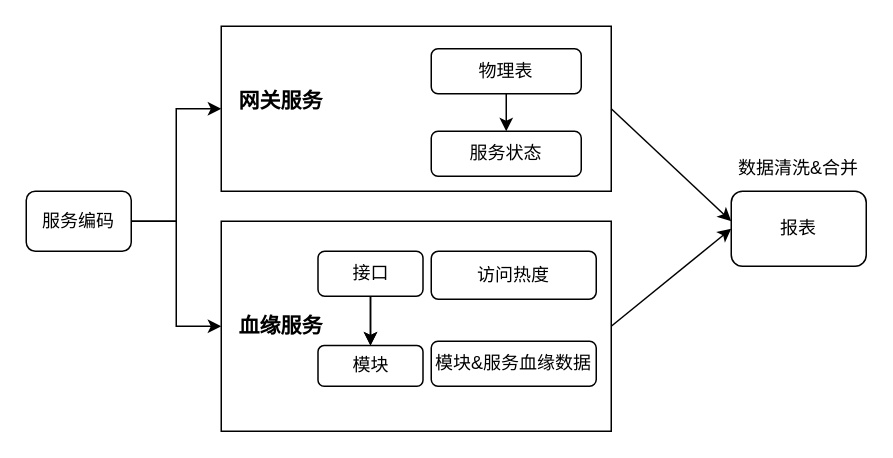
The draw.io diagram mt数据巡检.drawio in mineminemine123/work-wiki, before the edit. Source tidied: cells renumbered, new cells numbered last; positions are measured from the earlier drawing's top-left corner, leaving out a move shared by most shapes. Both pictures are drawn from the tidied source at 150%, with x=0, y=0 at pixel (26, 26).
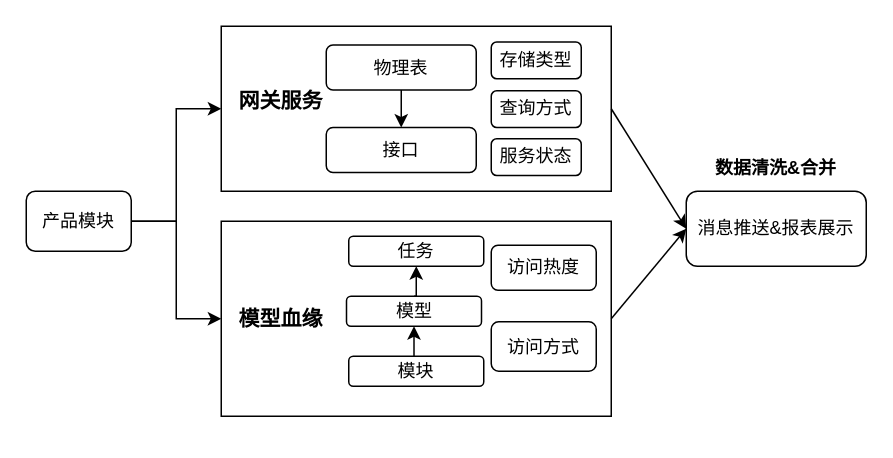
The same diagram, later.

Commit message (it also covers changes not shown here):
更新mt数据巡检.drawio

Unchanged cells that the change refers to:
```xml
<mxCell id="8" style="rounded=0;whiteSpace=wrap;html=1;fontFamily=微软雅黑;" parent="1" vertex="1">
  <mxGeometry x="130" width="260" height="110" as="geometry" />
</mxCell>
```

Change to the diagram source:
```diff
@@
     <mxCell id="2" style="rounded=0;whiteSpace=wrap;html=1;fontFamily=微软雅黑;" parent="1" vertex="1">
-      <mxGeometry x="130" y="130" width="260" height="140" as="geometry" />
+      <mxGeometry x="130" y="130" width="260" height="130" as="geometry" />
     </mxCell>
-    <mxCell id="3" value="模块&amp;amp;服务血缘数据" style="rounded=1;whiteSpace=wrap;html=1;fontFamily=微软雅黑;" parent="1" vertex="1">
-      <mxGeometry x="270" y="210" width="110" height="30" as="geometry" />
-    </mxCell>
-    <mxCell id="4" value="&lt;font style=&quot;font-size: 14px;&quot;&gt;&lt;b&gt;血缘服务&lt;/b&gt;&lt;/font&gt;" style="text;html=1;strokeColor=none;fillColor=none;align=center;verticalAlign=middle;whiteSpace=wrap;rounded=0;fontFamily=微软雅黑;" parent="1" vertex="1">
-      <mxGeometry x="140" y="190" width="60" height="20" as="geometry" />
+    <mxCell id="4" value="&lt;font style=&quot;font-size: 14px;&quot;&gt;&lt;b&gt;模型血缘&lt;/b&gt;&lt;/font&gt;" style="text;html=1;strokeColor=none;fillColor=none;align=center;verticalAlign=middle;whiteSpace=wrap;rounded=0;fontFamily=微软雅黑;" parent="1" vertex="1">
+      <mxGeometry x="140" y="180" width="60" height="30" as="geometry" />
     </mxCell>
@@
-    <mxCell id="7" value="服务编码" style="rounded=1;whiteSpace=wrap;html=1;fontFamily=微软雅黑;" parent="1" vertex="1">
+    <mxCell id="7" value="产品模块" style="rounded=1;whiteSpace=wrap;html=1;fontFamily=微软雅黑;" parent="1" vertex="1">
       <mxGeometry y="110" width="70" height="40" as="geometry" />
     </mxCell>
@@
-    <mxCell id="10" value="服务状态" style="rounded=1;whiteSpace=wrap;html=1;fontFamily=微软雅黑;" parent="1" vertex="1">
-      <mxGeometry x="270" y="70" width="100" height="30" as="geometry" />
+    <mxCell id="10" value="接口" style="rounded=1;whiteSpace=wrap;html=1;fontFamily=微软雅黑;" parent="1" vertex="1">
+      <mxGeometry x="200" y="67.5" width="100" height="30" as="geometry" />
     </mxCell>
-    <mxCell id="11" value="报表" style="rounded=1;whiteSpace=wrap;html=1;fontFamily=微软雅黑;" parent="1" vertex="1">
-      <mxGeometry x="470" y="110" width="90" height="50" as="geometry" />
+    <mxCell id="11" value="消息推送&amp;amp;报表展示" style="rounded=1;whiteSpace=wrap;html=1;fontFamily=微软雅黑;" parent="1" vertex="1">
+      <mxGeometry x="440" y="110" width="120" height="50" as="geometry" />
     </mxCell>
     <mxCell id="12" value="访问热度" style="rounded=1;whiteSpace=wrap;html=1;fontFamily=微软雅黑;" parent="1" vertex="1">
-      <mxGeometry x="270" y="150" width="110" height="32" as="geometry" />
+      <mxGeometry x="310" y="146" width="70" height="30" as="geometry" />
     </mxCell>
-    <mxCell id="13" style="group;fontFamily=微软雅黑;" parent="1" vertex="1">
-      <mxGeometry x="180" y="160" width="99" height="110" as="geometry" />
-    </mxCell>
-    <mxCell id="14" style="edgeStyle=orthogonalEdgeStyle;rounded=0;jettySize=auto;html=1;fontFamily=微软雅黑;" parent="13" edge="1" source="15" target="16">
-      <mxGeometry relative="1" as="geometry" />
-    </mxCell>
-    <mxCell id="15" value="接口" style="rounded=1;whiteSpace=wrap;html=1;fontFamily=微软雅黑;" parent="13" vertex="1">
-      <mxGeometry x="14.5" y="-10" width="70" height="30" as="geometry" />
-    </mxCell>
-    <mxCell id="16" value="模块" style="rounded=1;whiteSpace=wrap;html=1;fontFamily=微软雅黑;" parent="13" vertex="1">
-      <mxGeometry x="14.5" y="52.9" width="70" height="27.1" as="geometry" />
-    </mxCell>
-    <mxCell id="17" style="edgeStyle=orthogonalEdgeStyle;rounded=0;jettySize=auto;html=1;exitX=0.5;exitY=1;exitDx=0;exitDy=0;fontFamily=微软雅黑;" parent="13" edge="1" source="15" target="16">
-      <mxGeometry relative="1" as="geometry" />
-    </mxCell>
@@
     <mxCell id="19" value="物理表" style="rounded=1;whiteSpace=wrap;html=1;fontFamily=微软雅黑;" parent="1" vertex="1">
-      <mxGeometry x="270" y="15" width="100" height="30" as="geometry" />
+      <mxGeometry x="200" y="12.5" width="100" height="30" as="geometry" />
     </mxCell>
-    <mxCell id="20" style="endArrow=classic;html=1;rounded=0;exitX=1;exitY=0.5;exitDx=0;exitDy=0;" parent="1" edge="1" source="8">
-      <mxGeometry relative="1" as="geometry">
-        <mxPoint x="470" y="130" as="targetPoint" />
-      </mxGeometry>
+    <mxCell id="20" style="endArrow=classic;html=1;rounded=0;exitX=1;exitY=0.5;exitDx=0;exitDy=0;entryX=0;entryY=0.5;entryDx=0;entryDy=0;fontFamily=微软雅黑;" parent="1" edge="1" source="8" target="11">
+      <mxGeometry relative="1" as="geometry" />
     </mxCell>
-    <mxCell id="21" style="endArrow=classic;html=1;rounded=0;exitX=1;exitY=0.5;exitDx=0;exitDy=0;entryX=0;entryY=0.5;entryDx=0;entryDy=0;" parent="1" edge="1" source="2" target="11">
+    <mxCell id="21" style="endArrow=classic;html=1;rounded=0;exitX=1;exitY=0.5;exitDx=0;exitDy=0;entryX=0;entryY=0.5;entryDx=0;entryDy=0;fontFamily=微软雅黑;" parent="1" edge="1" source="2" target="11">
       <mxGeometry relative="1" as="geometry" />
     </mxCell>
-    <mxCell id="22" value="数据清洗&amp;amp;合并" style="text;html=1;strokeColor=none;fillColor=none;align=center;verticalAlign=middle;whiteSpace=wrap;rounded=0;" parent="1" vertex="1">
-      <mxGeometry x="470" y="80" width="90" height="30" as="geometry" />
+    <mxCell id="22" value="数据清洗&amp;amp;合并" style="text;html=1;strokeColor=none;fillColor=none;align=center;verticalAlign=middle;whiteSpace=wrap;rounded=0;fontFamily=微软雅黑;fontStyle=1;" parent="1" vertex="1">
+      <mxGeometry x="455" y="80" width="90" height="30" as="geometry" />
     </mxCell>
+    <mxCell id="23" value="存储类型" style="rounded=1;whiteSpace=wrap;html=1;fontFamily=微软雅黑;" parent="1" vertex="1">
+      <mxGeometry x="310" y="10.5" width="60" height="24.5" as="geometry" />
+    </mxCell>
+    <mxCell id="24" value="服务状态" style="rounded=1;whiteSpace=wrap;html=1;fontFamily=微软雅黑;" parent="1" vertex="1">
+      <mxGeometry x="310" y="75" width="60" height="24.5" as="geometry" />
+    </mxCell>
+    <mxCell id="25" value="查询方式" style="rounded=1;whiteSpace=wrap;html=1;fontFamily=微软雅黑;" parent="1" vertex="1">
+      <mxGeometry x="310" y="43" width="60" height="24.5" as="geometry" />
+    </mxCell>
+    <mxCell id="26" value="访问方式" style="rounded=1;whiteSpace=wrap;html=1;fontFamily=微软雅黑;" parent="1" vertex="1">
+      <mxGeometry x="310" y="197" width="70" height="33" as="geometry" />
+    </mxCell>
+    <mxCell id="27" style="group;fontFamily=微软雅黑;" parent="1" vertex="1">
+      <mxGeometry x="230" y="140" width="120" height="100" as="geometry" />
+    </mxCell>
+    <mxCell id="28" style="edgeStyle=orthogonalEdgeStyle;rounded=0;orthogonalLoop=1;jettySize=auto;html=1;exitX=0.5;exitY=0;exitDx=0;exitDy=0;entryX=0.5;entryY=1;entryDx=0;entryDy=0;fontFamily=微软雅黑;" parent="27" edge="1">
+      <mxGeometry relative="1" as="geometry">
+        <mxPoint x="51.2" y="48.1" as="sourcePoint" />
+      </mxGeometry>
+    </mxCell>
+    <mxCell id="29" style="edgeStyle=orthogonalEdgeStyle;rounded=0;orthogonalLoop=1;jettySize=auto;html=1;" parent="27" edge="1">
+      <mxGeometry relative="1" as="geometry">
+        <mxPoint x="51.3" y="48.1" as="sourcePoint" />
+      </mxGeometry>
+    </mxCell>
+    <mxCell id="30" value="模型" style="rounded=1;whiteSpace=wrap;html=1;fontFamily=微软雅黑;" parent="27" vertex="1">
+      <mxGeometry x="-16.5" y="40" width="90" height="20" as="geometry" />
+    </mxCell>
+    <mxCell id="31" value="任务" style="rounded=1;whiteSpace=wrap;html=1;fontFamily=微软雅黑;" parent="1" vertex="1">
+      <mxGeometry x="215" y="140" width="90" height="20" as="geometry" />
+    </mxCell>
+    <mxCell id="32" style="edgeStyle=orthogonalEdgeStyle;rounded=0;jettySize=auto;html=1;exitX=0.5;exitY=0;exitDx=0;exitDy=0;entryX=0.5;entryY=1;entryDx=0;entryDy=0;fontFamily=微软雅黑;" parent="1" edge="1" target="30">
+      <mxGeometry relative="1" as="geometry">
+        <mxPoint x="258.5" y="220" as="sourcePoint" />
+      </mxGeometry>
+    </mxCell>
+    <mxCell id="33" style="edgeStyle=orthogonalEdgeStyle;rounded=0;jettySize=auto;html=1;exitX=0.5;exitY=0;exitDx=0;exitDy=0;entryX=0.5;entryY=1;entryDx=0;entryDy=0;fontFamily=微软雅黑;" parent="1" edge="1" source="30" target="31">
+      <mxGeometry relative="1" as="geometry" />
+    </mxCell>
+    <mxCell id="16" value="模块" style="rounded=1;whiteSpace=wrap;html=1;fontFamily=微软雅黑;" parent="1" vertex="1">
+      <mxGeometry x="215" y="220" width="90" height="20" as="geometry" />
+    </mxCell>
```
